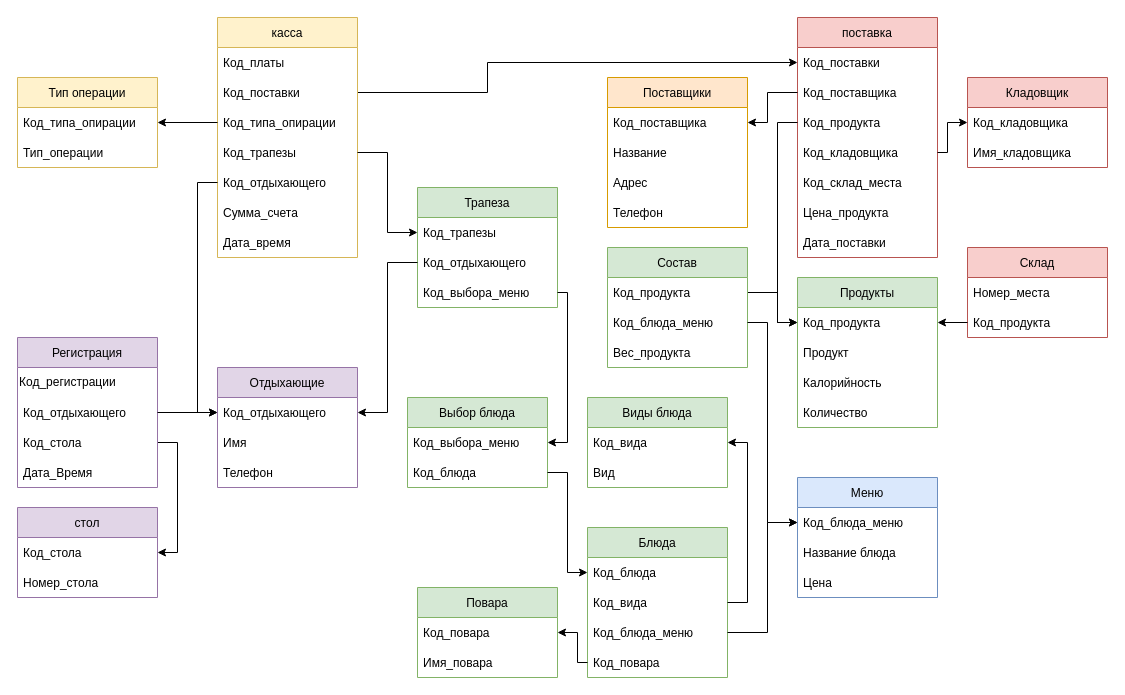
The draw.io diagram page "desk ok" (4 of 6) of Untitled Diagram.drawio in lari5685/transfer, before the edit. Source tidied: cells renumbered, new cells numbered last; positions are measured from the earlier drawing's top-left corner, leaving out a move shared by most shapes. Both pictures are drawn from the tidied source at 100%, with x=0, y=0 at pixel (17, 17).
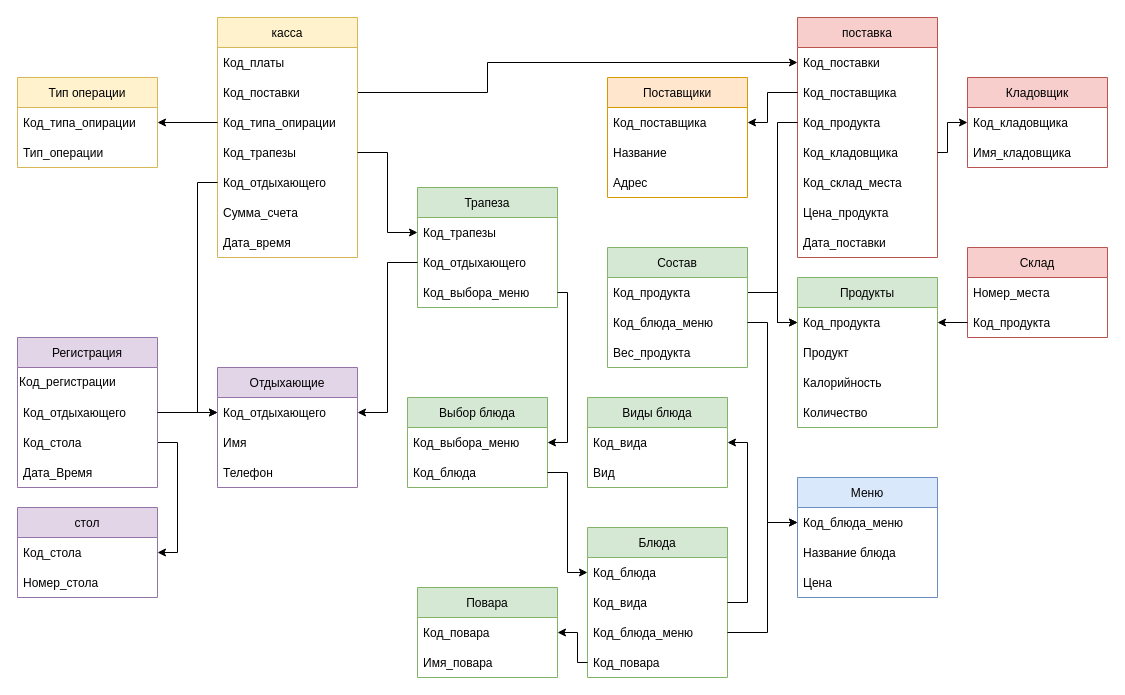
The same page after the edit.

Change to the diagram source:
```diff
@@
     <mxCell id="5" value="Поставщики" style="swimlane;fontStyle=0;horizontal=1;startSize=30;fillColor=#ffe6cc;strokeColor=#d79b00;sketch=0;swimlaneLine=1;shadow=0;" parent="1" vertex="1">
-      <mxGeometry x="590" y="60" width="140" height="150" as="geometry" />
+      <mxGeometry x="590" y="60" width="140" height="120" as="geometry" />
     </mxCell>
@@
-    <mxCell id="9" value="Телефон" style="text;strokeColor=none;fillColor=none;align=left;verticalAlign=middle;spacingLeft=4;spacingRight=4;overflow=hidden;sketch=0;swimlaneLine=1;shadow=0;" parent="5" vertex="1">
-      <mxGeometry y="120" width="140" height="30" as="geometry" />
-    </mxCell>
```
